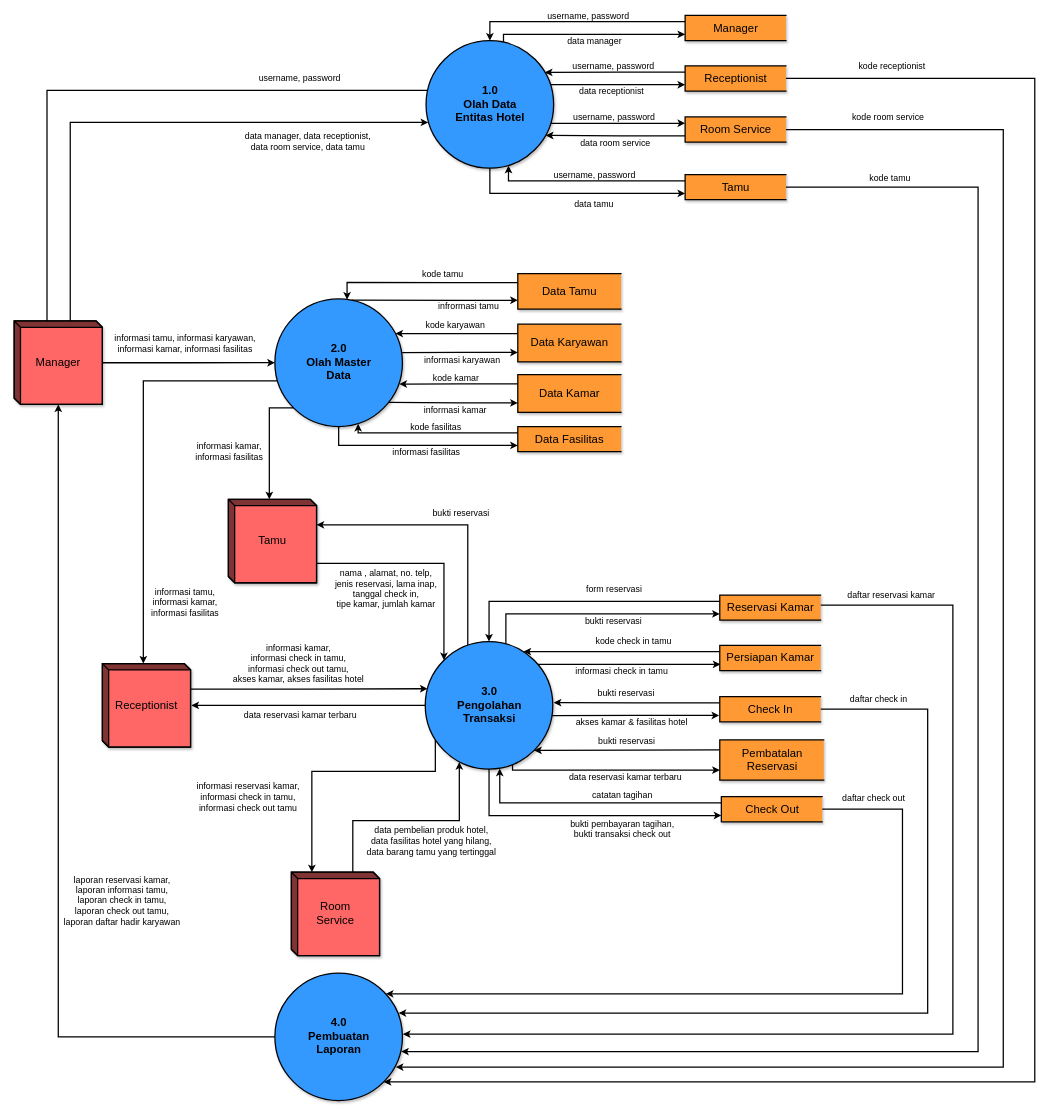
Above: page "DFD LVL 1 - NEW" (3 of 10) of Sistem Pemesanan Kamar Hotel - Data Flow Diagram.drawio in trueazp/System-Design-Analysis (draw.io), before the change. Source tidied: cells renumbered, new cells numbered last; positions are measured from the earlier drawing's top-left corner, leaving out a move shared by most shapes. Both pictures are drawn from the tidied source at 63%, with x=0, y=0 at pixel (14, 15).
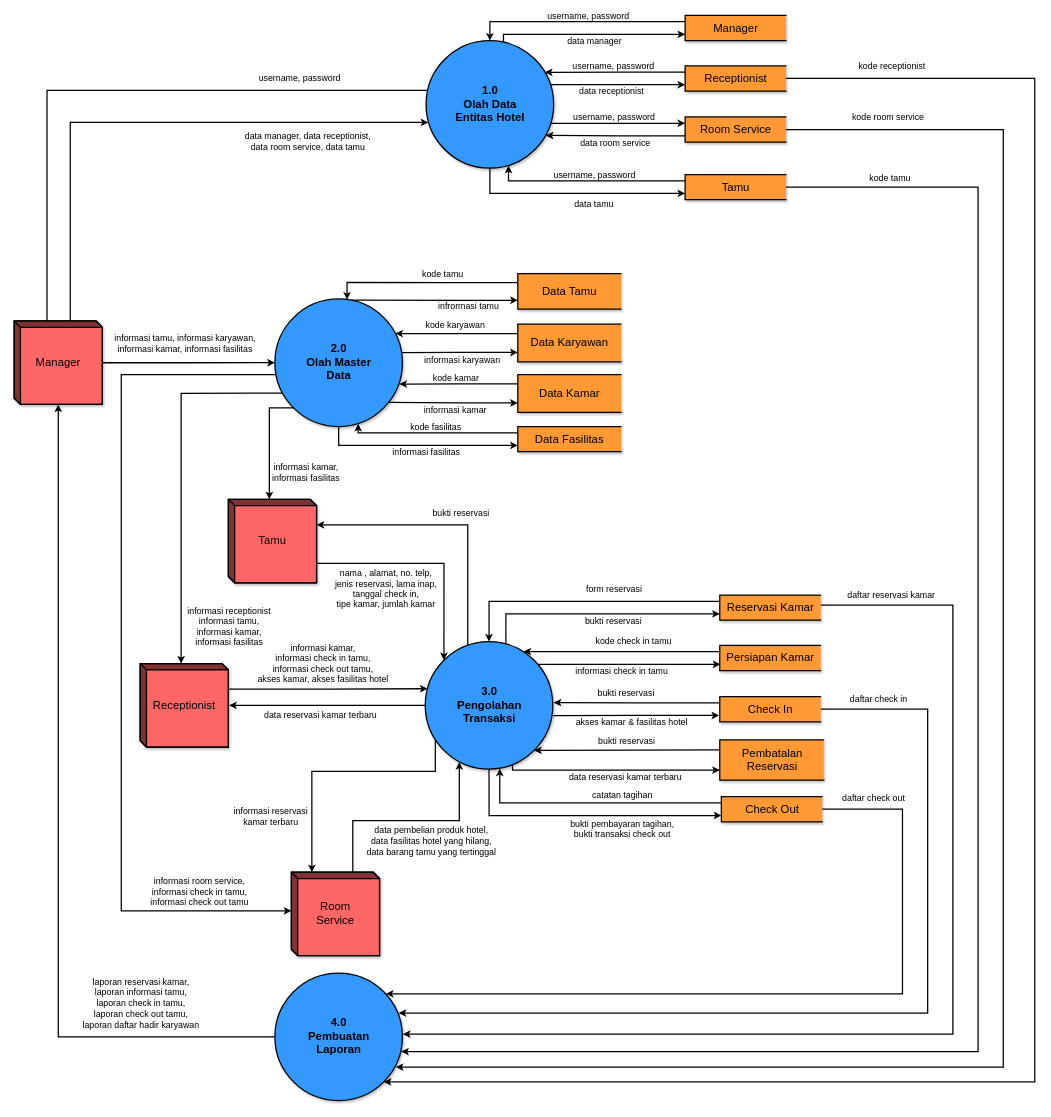
Above is the later version.

Unchanged cells that the change refers to:
```xml
<mxCell id="11" style="edgeStyle=orthogonalEdgeStyle;rounded=0;jumpStyle=arc;jettySize=auto;html=1;exitX=0;exitY=1;exitDx=0;exitDy=0;entryX=0;entryY=0;entryDx=65;entryDy=0;entryPerimeter=0;fontSize=14;startArrow=none;startFill=0;endArrow=classic;endFill=1;strokeWidth=2;labelBackgroundColor=none;" parent="1" edge="1" source="13" target="21">
  <mxGeometry relative="1" as="geometry">
    <Array as="points">
      <mxPoint x="405" y="623" />
    </Array>
  </mxGeometry>
</mxCell>
<mxCell id="13" value="2.0&lt;br style=&quot;font-size: 18px&quot;&gt;&lt;div&gt;Olah Master &lt;br&gt;&lt;/div&gt;&lt;div&gt;Data&lt;br&gt;&lt;/div&gt;" style="shape=ellipse;html=1;dashed=0;whitespace=wrap;perimeter=ellipsePerimeter;shadow=1;labelBackgroundColor=none;fontFamily=Helvetica;fontSize=18;strokeWidth=2;fillColor=#3399FF;align=center;fontStyle=1;" parent="1" vertex="1">
  <mxGeometry x="413.8" y="450" width="202.5" height="202.5" as="geometry" />
</mxCell>
<mxCell id="14" style="edgeStyle=orthogonalEdgeStyle;rounded=0;jettySize=auto;html=1;fontFamily=Helvetica;fontSize=10;startArrow=none;startFill=0;endArrow=classic;endFill=1;strokeWidth=2;labelBackgroundColor=none;" parent="1" edge="1" source="16" target="76">
  <mxGeometry relative="1" as="geometry" />
</mxCell>
<mxCell id="71" style="edgeStyle=orthogonalEdgeStyle;rounded=0;jettySize=auto;html=1;exitX=0;exitY=0;exitDx=32.5;exitDy=0;exitPerimeter=0;entryX=0.079;entryY=0.772;entryDx=0;entryDy=0;entryPerimeter=0;fontSize=14;startArrow=classic;startFill=1;endArrow=none;endFill=0;strokeWidth=2;labelBackgroundColor=none;" parent="1" edge="1" source="73" target="79">
  <mxGeometry relative="1" as="geometry">
    <Array as="points">
      <mxPoint x="472" y="1200" />
      <mxPoint x="669" y="1200" />
    </Array>
  </mxGeometry>
</mxCell>
<mxCell id="73" value="Room &lt;br style=&quot;font-size: 18px;&quot;&gt;Service" style="html=1;dashed=0;whitespace=wrap;shape=mxgraph.dfd.externalEntity;shadow=1;labelBackgroundColor=none;fontFamily=Helvetica;fontSize=18;strokeWidth=2;fillColor=#FF6666;align=center;whiteSpace=wrap;" parent="1" vertex="1">
  <mxGeometry x="440" y="1360" width="140" height="132.5" as="geometry" />
</mxCell>
```

What changed in the source:
```diff
@@
-    <mxCell id="9" style="edgeStyle=orthogonalEdgeStyle;rounded=0;jettySize=auto;html=1;exitX=0;exitY=1;exitDx=0;exitDy=0;entryX=0;entryY=0;entryDx=65;entryDy=0;entryPerimeter=0;fontSize=16;endArrow=classic;endFill=1;strokeWidth=2;labelBackgroundColor=none;" parent="1" edge="1" source="13" target="68">
+    <mxCell id="9" style="edgeStyle=orthogonalEdgeStyle;rounded=0;jettySize=auto;html=1;exitX=0.059;exitY=0.739;exitDx=0;exitDy=0;entryX=0;entryY=0;entryDx=65;entryDy=0;entryPerimeter=0;fontSize=16;endArrow=classic;endFill=1;strokeWidth=2;labelBackgroundColor=none;exitPerimeter=0;" parent="1" edge="1" source="13" target="68">
       <mxGeometry relative="1" as="geometry">
         <Array as="points">
-          <mxPoint x="443" y="580" />
-          <mxPoint x="205" y="580" />
+          <mxPoint x="380" y="600" />
+          <mxPoint x="265" y="600" />
         </Array>
       </mxGeometry>
     </mxCell>
-    <mxCell id="10" value="&lt;div&gt;informasi tamu, &lt;br&gt;&lt;/div&gt;&lt;div&gt;informasi kamar, &lt;br&gt;&lt;/div&gt;&lt;div&gt;informasi fasilitas&lt;br&gt;&lt;/div&gt;" style="edgeLabel;html=1;align=center;verticalAlign=middle;fontSize=14;labelBackgroundColor=none;" parent="9" vertex="1">
+    <mxCell id="10" value="&lt;div&gt;informasi receptionist&lt;br&gt;&lt;/div&gt;&lt;div&gt;informasi tamu, &lt;br&gt;&lt;/div&gt;&lt;div&gt;informasi kamar, &lt;br&gt;&lt;/div&gt;&lt;div&gt;informasi fasilitas&lt;br&gt;&lt;/div&gt;" style="edgeLabel;html=1;align=center;verticalAlign=middle;fontSize=14;labelBackgroundColor=none;" parent="9" vertex="1">
       <mxGeometry x="0.46" relative="1" as="geometry">
-        <mxPoint x="65" y="100" as="offset" />
+        <mxPoint x="75" y="100" as="offset" />
       </mxGeometry>
     </mxCell>
@@
     <mxCell id="12" value="&lt;div&gt;informasi kamar, &lt;br&gt;&lt;/div&gt;&lt;div&gt;informasi fasilitas&lt;br&gt;&lt;/div&gt;" style="edgeLabel;html=1;align=center;verticalAlign=middle;fontSize=14;labelBackgroundColor=none;" parent="11" vertex="1">
       <mxGeometry x="0.32" y="2" relative="1" as="geometry">
-        <mxPoint x="-67" y="-14" as="offset" />
+        <mxPoint x="55" y="19" as="offset" />
       </mxGeometry>
     </mxCell>
@@
     <mxCell id="15" value="&lt;div&gt;laporan reservasi kamar, &lt;br&gt;&lt;/div&gt;&lt;div&gt;laporan informasi tamu, &lt;br&gt;&lt;/div&gt;&lt;div&gt;laporan check in tamu, &lt;br&gt;&lt;/div&gt;&lt;div&gt;laporan check out tamu, &lt;br&gt;&lt;/div&gt;&lt;div&gt;laporan daftar hadir karyawan&lt;br&gt;&lt;/div&gt;" style="edgeLabel;html=1;align=center;verticalAlign=middle;fontSize=14;fontFamily=Helvetica;labelBackgroundColor=none;" parent="14" vertex="1">
       <mxGeometry x="0.25" relative="1" as="geometry">
-        <mxPoint x="100" y="281" as="offset" />
+        <mxPoint x="130" y="444" as="offset" />
       </mxGeometry>
     </mxCell>
@@
     <mxCell id="68" value="Receptionist" style="html=1;dashed=0;whitespace=wrap;shape=mxgraph.dfd.externalEntity;shadow=1;labelBackgroundColor=none;fontFamily=Helvetica;fontSize=18;strokeWidth=2;fillColor=#FF6666;align=center;whiteSpace=wrap;" parent="1" vertex="1">
-      <mxGeometry x="140" y="1028.8" width="140" height="132.5" as="geometry" />
+      <mxGeometry x="200" y="1028.8" width="140" height="132.5" as="geometry" />
     </mxCell>
@@
-    <mxCell id="72" value="&lt;div&gt;informasi reservasi kamar, &lt;br&gt;&lt;/div&gt;&lt;div&gt;informasi check in tamu, &lt;br&gt;&lt;/div&gt;&lt;div&gt;informasi check out tamu&lt;br&gt;&lt;/div&gt;" style="edgeLabel;html=1;align=center;verticalAlign=middle;fontSize=14;labelBackgroundColor=none;" parent="71" vertex="1">
+    <mxCell id="72" value="&lt;div&gt;informasi reservasi &lt;br&gt;&lt;/div&gt;&lt;div&gt;kamar terbaru&lt;/div&gt;" style="edgeLabel;html=1;align=center;verticalAlign=middle;fontSize=14;labelBackgroundColor=none;" parent="71" vertex="1">
       <mxGeometry x="0.13" y="2" relative="1" as="geometry">
-        <mxPoint x="-171" y="42" as="offset" />
+        <mxPoint x="-135" y="72" as="offset" />
       </mxGeometry>
     </mxCell>
+    <mxCell id="111" style="edgeStyle=orthogonalEdgeStyle;rounded=0;jumpStyle=arc;jettySize=auto;html=1;entryX=0.006;entryY=0.594;entryDx=0;entryDy=0;entryPerimeter=0;labelBackgroundColor=none;fontSize=14;startArrow=classic;startFill=1;endArrow=none;endFill=0;strokeWidth=2;exitX=0;exitY=0;exitDx=0;exitDy=61.25;exitPerimeter=0;" parent="1" edge="1" source="73" target="13">
+      <mxGeometry relative="1" as="geometry">
+        <Array as="points">
+          <mxPoint x="170" y="1421" />
+          <mxPoint x="170" y="570" />
+        </Array>
+      </mxGeometry>
+    </mxCell>
+    <mxCell id="112" value="&lt;div&gt;informasi room service,&lt;br&gt;&lt;div&gt;informasi check in tamu, &lt;br&gt;&lt;/div&gt;informasi check out tamu&lt;/div&gt;" style="edgeLabel;html=1;align=center;verticalAlign=middle;fontSize=14;" parent="111" vertex="1">
+      <mxGeometry x="-0.71" relative="1" as="geometry">
+        <mxPoint x="51" y="-31" as="offset" />
+      </mxGeometry>
+    </mxCell>
```
